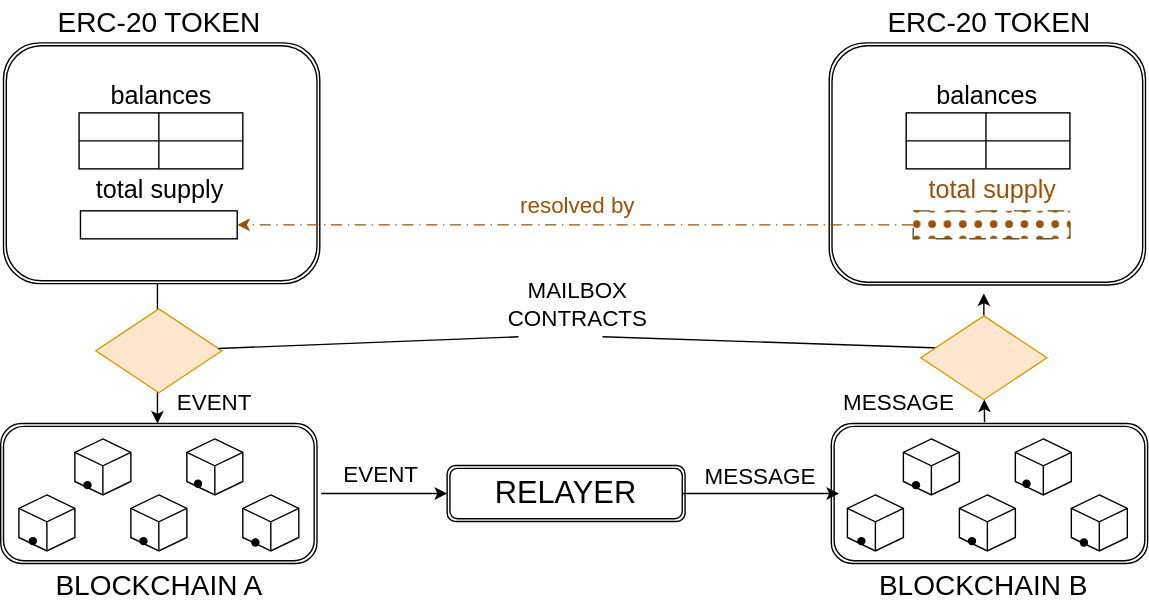
This is static/img/drawings/patterns_masterslave_variable.svg from GoFungible/interop-site, a draw.io export, as it was before one commit. Source tidied: cells renumbered, new cells last; positions are measured from the earlier drawing's top-left corner, leaving out a move shared by most shapes.
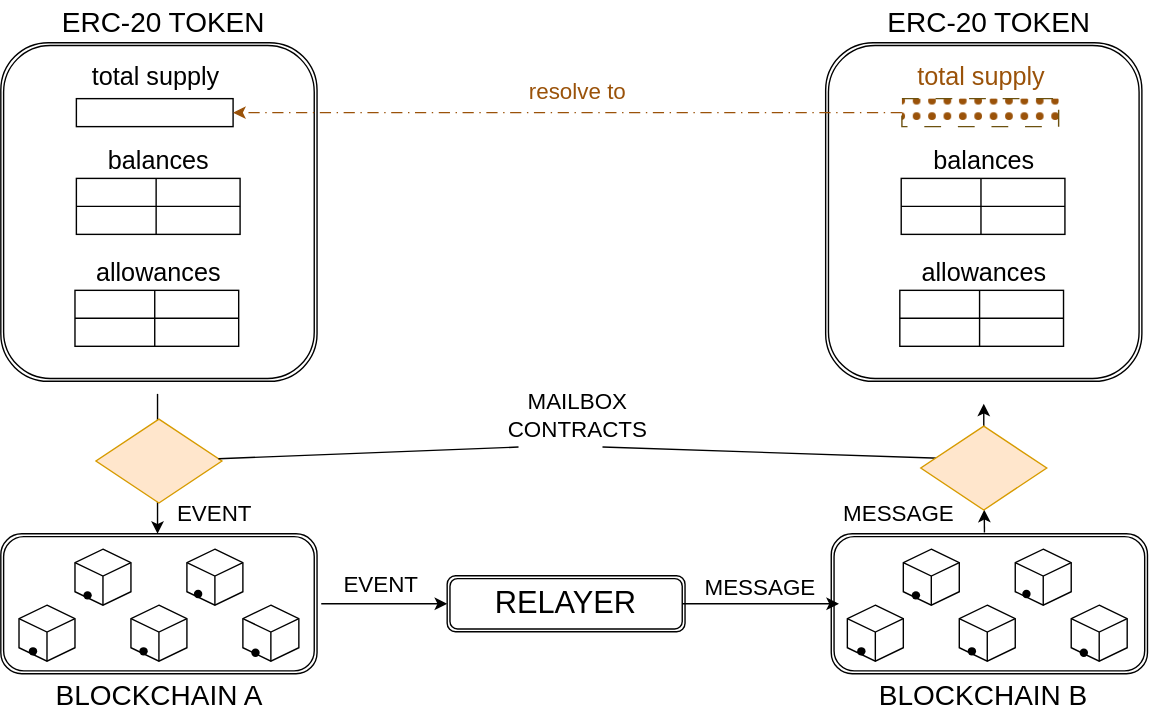
Above is the later version.

What changed in the source:
```diff
@@ -88,39 +88,9 @@
         <mxPoint x="599" y="352" as="targetPoint" />
       </mxGeometry>
     </mxCell>
-    <mxCell id="29" style="shape=ext;double=1;rounded=1;whiteSpace=wrap;html=1;" parent="1" vertex="1">
-      <mxGeometry x="2" y="30" width="226" height="172" as="geometry" />
-    </mxCell>
     <mxCell id="30" value="&lt;font style=&quot;font-size: 20px;&quot;&gt;BLOCKCHAIN B&lt;/font&gt;" style="text;html=1;whiteSpace=wrap;strokeColor=none;fillColor=none;align=center;verticalAlign=middle;rounded=0;" parent="1" vertex="1">
       <mxGeometry x="625" y="402" width="155" height="30" as="geometry" />
     </mxCell>
-    <mxCell id="31" style="shape=ext;double=1;rounded=1;whiteSpace=wrap;html=1;" parent="1" vertex="1">
-      <mxGeometry x="592" y="30" width="226" height="173" as="geometry" />
-    </mxCell>
-    <mxCell id="32" value="&lt;font style=&quot;font-size: 20px;&quot;&gt;ERC-20 TOKEN&lt;/font&gt;" style="text;html=1;whiteSpace=wrap;strokeColor=none;fillColor=none;align=center;verticalAlign=middle;rounded=0;" parent="1" vertex="1">
-      <mxGeometry x="36" width="155" height="30" as="geometry" />
-    </mxCell>
-    <mxCell id="33" style="shape=internalStorage;whiteSpace=wrap;html=1;backgroundOutline=1;dx=57;dy=20;" parent="1" vertex="1">
-      <mxGeometry x="56" y="80" width="117" height="40" as="geometry" />
-    </mxCell>
-    <mxCell id="34" style="shape=internalStorage;whiteSpace=wrap;html=1;backgroundOutline=1;dx=57;dy=20;" parent="1" vertex="1">
-      <mxGeometry x="647" y="80" width="117" height="40" as="geometry" />
-    </mxCell>
-    <mxCell id="35" value="&lt;span style=&quot;font-size: 18px;&quot;&gt;balances&lt;/span&gt;" style="text;html=1;whiteSpace=wrap;strokeColor=none;fillColor=none;align=center;verticalAlign=middle;rounded=0;" parent="1" vertex="1">
-      <mxGeometry x="85" y="53" width="60" height="30" as="geometry" />
-    </mxCell>
-    <mxCell id="36" value="&lt;font style=&quot;font-size: 18px;&quot;&gt;balances&lt;/font&gt;" style="text;html=1;whiteSpace=wrap;strokeColor=none;fillColor=none;align=center;verticalAlign=middle;rounded=0;" parent="1" vertex="1">
-      <mxGeometry x="674.5" y="53" width="60" height="30" as="geometry" />
-    </mxCell>
-    <mxCell id="37" style="rounded=0;whiteSpace=wrap;html=1;" parent="1" vertex="1">
-      <mxGeometry x="57" y="150" width="112" height="20" as="geometry" />
-    </mxCell>
-    <mxCell id="38" value="&lt;font style=&quot;font-size: 18px;&quot;&gt;total supply&lt;/font&gt;" style="text;html=1;whiteSpace=wrap;strokeColor=none;fillColor=none;align=center;verticalAlign=middle;rounded=0;" parent="1" vertex="1">
-      <mxGeometry x="59" y="120" width="110" height="30" as="geometry" />
-    </mxCell>
-    <mxCell id="39" value="&lt;font style=&quot;font-size: 20px;&quot;&gt;ERC-20 TOKEN&lt;/font&gt;" style="text;html=1;whiteSpace=wrap;strokeColor=none;fillColor=none;align=center;verticalAlign=middle;rounded=0;" parent="1" vertex="1">
-      <mxGeometry x="629" width="155" height="30" as="geometry" />
-    </mxCell>
     <mxCell id="40" value="&lt;font style=&quot;font-size: 16px;&quot;&gt;EVENT&lt;/font&gt;" style="text;html=1;whiteSpace=wrap;strokeColor=none;fillColor=none;align=center;verticalAlign=middle;rounded=0;" parent="1" vertex="1">
       <mxGeometry x="120" y="272" width="66" height="30" as="geometry" />
     </mxCell>
@@ -165,17 +135,59 @@
     <mxCell id="50" style="rhombus;whiteSpace=wrap;html=1;fillColor=#ffe6cc;strokeColor=#d79b00;" parent="1" vertex="1">
       <mxGeometry x="657.5" y="225" width="90" height="60" as="geometry" />
     </mxCell>
+    <mxCell id="54" value="&lt;span style=&quot;font-size: 16px;&quot;&gt;resolve to&lt;/span&gt;" style="text;html=1;whiteSpace=wrap;strokeColor=none;fillColor=none;align=center;verticalAlign=middle;rounded=0;fontColor=light-dark(#9A5209,#5E3206);" parent="1" vertex="1">
+      <mxGeometry x="365" y="-29" width="95" height="30" as="geometry" />
+    </mxCell>
+    <mxCell id="55" style="shape=ext;double=1;rounded=1;whiteSpace=wrap;html=1;" parent="1" vertex="1">
+      <mxGeometry y="-49" width="226" height="242" as="geometry" />
+    </mxCell>
+    <mxCell id="56" value="&lt;font style=&quot;font-size: 20px;&quot;&gt;ERC-20 TOKEN&lt;/font&gt;" style="text;html=1;whiteSpace=wrap;strokeColor=none;fillColor=none;align=center;verticalAlign=middle;rounded=0;" parent="1" vertex="1">
+      <mxGeometry x="39" y="-79" width="155" height="30" as="geometry" />
+    </mxCell>
+    <mxCell id="57" style="shape=internalStorage;whiteSpace=wrap;html=1;backgroundOutline=1;dx=57;dy=20;" parent="1" vertex="1">
+      <mxGeometry x="54" y="48" width="117" height="40" as="geometry" />
+    </mxCell>
+    <mxCell id="58" value="&lt;font style=&quot;font-size: 18px;&quot;&gt;balances&lt;/font&gt;" style="text;html=1;whiteSpace=wrap;strokeColor=none;fillColor=none;align=center;verticalAlign=middle;rounded=0;" parent="1" vertex="1">
+      <mxGeometry x="68" y="21" width="90" height="30" as="geometry" />
+    </mxCell>
+    <mxCell id="59" style="rounded=0;whiteSpace=wrap;html=1;" parent="1" vertex="1">
+      <mxGeometry x="54" y="-9" width="112" height="20" as="geometry" />
+    </mxCell>
+    <mxCell id="38" value="&lt;font style=&quot;font-size: 18px;&quot;&gt;total supply&lt;/font&gt;" style="text;html=1;whiteSpace=wrap;strokeColor=none;fillColor=none;align=center;verticalAlign=middle;rounded=0;" parent="1" vertex="1">
+      <mxGeometry x="56" y="-39" width="110" height="30" as="geometry" />
+    </mxCell>
+    <mxCell id="60" style="shape=internalStorage;whiteSpace=wrap;html=1;backgroundOutline=1;dx=57;dy=20;" parent="1" vertex="1">
+      <mxGeometry x="53" y="128" width="117" height="40" as="geometry" />
+    </mxCell>
+    <mxCell id="61" value="&lt;font style=&quot;font-size: 18px;&quot;&gt;allowances&lt;/font&gt;" style="text;html=1;whiteSpace=wrap;strokeColor=none;fillColor=none;align=center;verticalAlign=middle;rounded=0;" parent="1" vertex="1">
+      <mxGeometry x="58" y="101" width="110" height="30" as="geometry" />
+    </mxCell>
+    <mxCell id="62" style="shape=ext;double=1;rounded=1;whiteSpace=wrap;html=1;" parent="1" vertex="1">
+      <mxGeometry x="589.5" y="-49" width="226" height="242" as="geometry" />
+    </mxCell>
+    <mxCell id="63" value="&lt;font style=&quot;font-size: 20px;&quot;&gt;ERC-20 TOKEN&lt;/font&gt;" style="text;html=1;whiteSpace=wrap;strokeColor=none;fillColor=none;align=center;verticalAlign=middle;rounded=0;" parent="1" vertex="1">
+      <mxGeometry x="628.5" y="-79" width="155" height="30" as="geometry" />
+    </mxCell>
+    <mxCell id="64" style="shape=internalStorage;whiteSpace=wrap;html=1;backgroundOutline=1;dx=57;dy=20;" parent="1" vertex="1">
+      <mxGeometry x="643.5" y="48" width="117" height="40" as="geometry" />
+    </mxCell>
+    <mxCell id="65" value="&lt;font style=&quot;font-size: 18px;&quot;&gt;balances&lt;/font&gt;" style="text;html=1;whiteSpace=wrap;strokeColor=none;fillColor=none;align=center;verticalAlign=middle;rounded=0;" parent="1" vertex="1">
+      <mxGeometry x="657.5" y="21" width="90" height="30" as="geometry" />
+    </mxCell>
+    <mxCell id="66" style="shape=internalStorage;whiteSpace=wrap;html=1;backgroundOutline=1;dx=57;dy=20;" parent="1" vertex="1">
+      <mxGeometry x="642.5" y="128" width="117" height="40" as="geometry" />
+    </mxCell>
+    <mxCell id="67" value="&lt;font style=&quot;font-size: 18px;&quot;&gt;allowances&lt;/font&gt;" style="text;html=1;whiteSpace=wrap;strokeColor=none;fillColor=none;align=center;verticalAlign=middle;rounded=0;" parent="1" vertex="1">
+      <mxGeometry x="647.5" y="101" width="110" height="30" as="geometry" />
+    </mxCell>
     <mxCell id="51" style="rounded=0;whiteSpace=wrap;html=1;dashed=1;dashPattern=12 12;fillStyle=dots;fillColor=light-dark(#9A5209,#5E3206);strokeColor=light-dark(#6c510f, #996500);" parent="1" vertex="1">
-      <mxGeometry x="652" y="150" width="112" height="20" as="geometry" />
+      <mxGeometry x="644" y="-9" width="112" height="20" as="geometry" />
     </mxCell>
     <mxCell id="52" value="&lt;font style=&quot;font-size: 18px;&quot;&gt;total supply&lt;/font&gt;" style="text;html=1;whiteSpace=wrap;strokeColor=none;fillColor=none;align=center;verticalAlign=middle;rounded=0;fontColor=light-dark(#9A5209,#5E3206);" parent="1" vertex="1">
-      <mxGeometry x="654" y="120" width="110" height="30" as="geometry" />
+      <mxGeometry x="646" y="-39" width="110" height="30" as="geometry" />
     </mxCell>
-    <mxCell id="53" style="endArrow=classic;html=1;rounded=0;entryX=1;entryY=0.5;entryDx=0;entryDy=0;dashed=1;dashPattern=8 4 1 4;fillColor=#ffe6cc;strokeColor=light-dark(#9A5209,#5E3206);" parent="1" edge="1" source="51" target="37">
+    <mxCell id="53" style="endArrow=classic;html=1;rounded=0;entryX=1;entryY=0.5;entryDx=0;entryDy=0;dashed=1;dashPattern=8 4 1 4;fillColor=#ffe6cc;strokeColor=light-dark(#9A5209,#5E3206);" parent="1" edge="1" source="51" target="59">
       <mxGeometry relative="1" as="geometry" />
     </mxCell>
-    <mxCell id="54" value="&lt;span style=&quot;font-size: 16px;&quot;&gt;resolved by&lt;/span&gt;" style="text;html=1;whiteSpace=wrap;strokeColor=none;fillColor=none;align=center;verticalAlign=middle;rounded=0;fontColor=light-dark(#9A5209,#5E3206);" parent="1" vertex="1">
-      <mxGeometry x="365" y="131" width="95" height="30" as="geometry" />
-    </mxCell>
   </root>
 </mxGraphModel>
```
